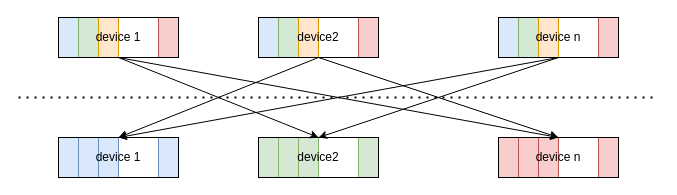
Before: scatterReduce.drawio in BEYHHH/SBLP, a draw.io diagram. Source tidied: cells renumbered, new cells numbered last; positions are measured from the earlier drawing's top-left corner, leaving out a move shared by most shapes. Both pictures are drawn from the tidied source at 100%, with x=0, y=0 at pixel (18, 17).
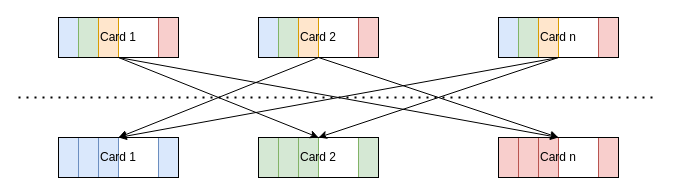
After the change.

What changed in the source:
```diff
@@
-    <mxCell id="14" value="device 1" style="rounded=0;whiteSpace=wrap;html=1;fillColor=none;" parent="1" vertex="1">
+    <mxCell id="14" value="Card 1" style="rounded=0;whiteSpace=wrap;html=1;fillColor=none;" parent="1" vertex="1">
       <mxGeometry x="40" width="120" height="40" as="geometry" />
     </mxCell>
-    <mxCell id="15" value="device2" style="rounded=0;whiteSpace=wrap;html=1;fillColor=none;" parent="1" vertex="1">
+    <mxCell id="15" value="Card 2" style="rounded=0;whiteSpace=wrap;html=1;fillColor=none;" parent="1" vertex="1">
       <mxGeometry x="240" width="120" height="40" as="geometry" />
     </mxCell>
-    <mxCell id="16" value="device n" style="rounded=0;whiteSpace=wrap;html=1;fillColor=none;" parent="1" vertex="1">
+    <mxCell id="16" value="Card n" style="rounded=0;whiteSpace=wrap;html=1;fillColor=none;" parent="1" vertex="1">
       <mxGeometry x="480" width="120" height="40" as="geometry" />
     </mxCell>
@@
-    <mxCell id="29" value="device 1" style="rounded=0;whiteSpace=wrap;html=1;fillColor=none;" parent="1" vertex="1">
+    <mxCell id="29" value="Card 1" style="rounded=0;whiteSpace=wrap;html=1;fillColor=none;" parent="1" vertex="1">
       <mxGeometry x="40" y="120" width="120" height="40" as="geometry" />
     </mxCell>
-    <mxCell id="30" value="device2" style="rounded=0;whiteSpace=wrap;html=1;fillColor=none;" parent="1" vertex="1">
+    <mxCell id="30" value="Card 2" style="rounded=0;whiteSpace=wrap;html=1;fillColor=none;" parent="1" vertex="1">
       <mxGeometry x="240" y="120" width="120" height="40" as="geometry" />
     </mxCell>
-    <mxCell id="31" value="device n" style="rounded=0;whiteSpace=wrap;html=1;fillColor=none;" parent="1" vertex="1">
+    <mxCell id="31" value="Card n" style="rounded=0;whiteSpace=wrap;html=1;fillColor=none;" parent="1" vertex="1">
       <mxGeometry x="480" y="120" width="120" height="40" as="geometry" />
     </mxCell>
```
